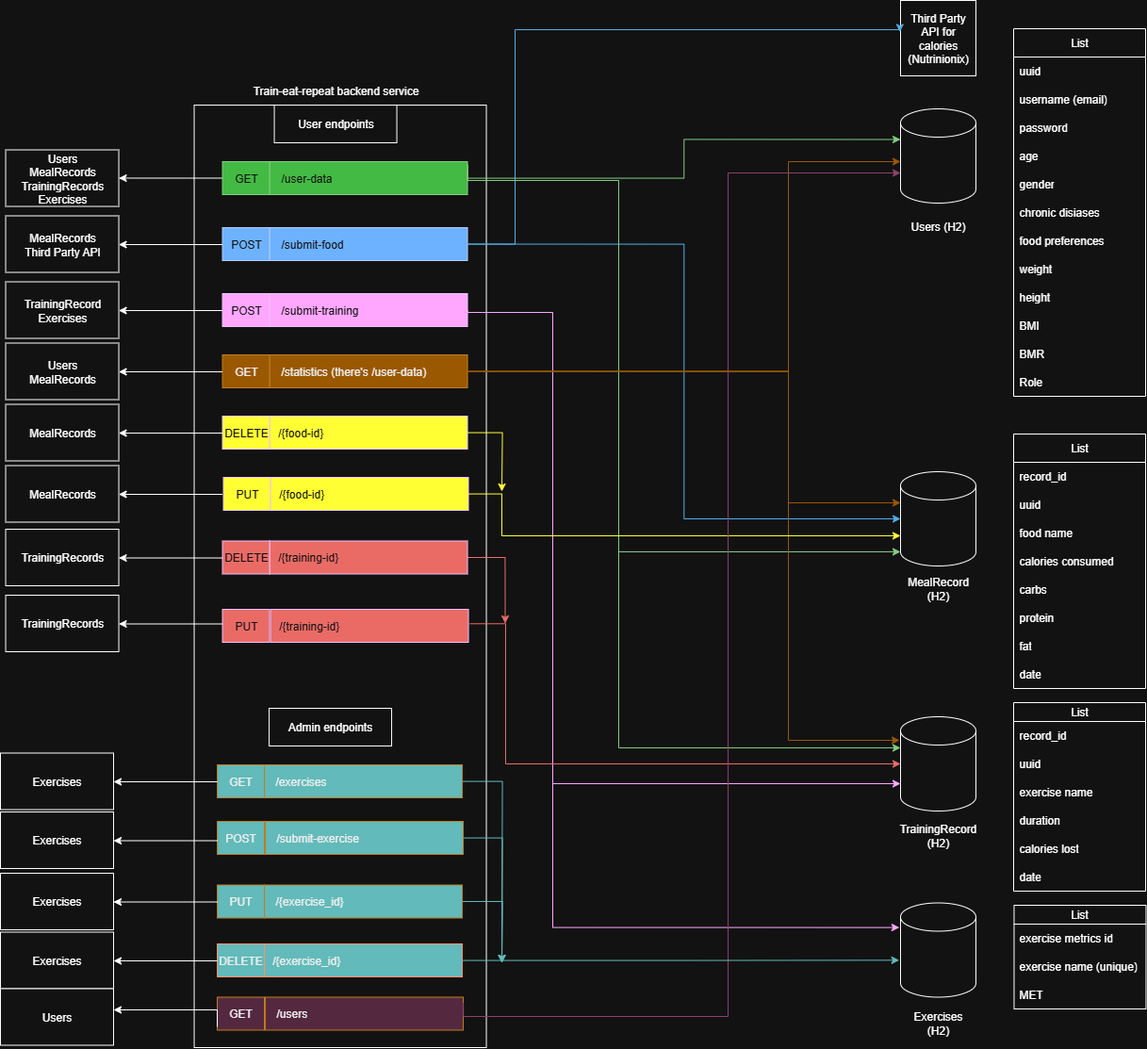
The draw.io diagram train-eat-repeat/src/main/resources/images/WorkoutDietTRacker.drawio.png in JavaBootcampJuly2025/TrainEatRepeat, before a commit. Source tidied: cells renumbered, new cells last; positions are measured from the earlier drawing's top-left corner, leaving out a move shared by most shapes.
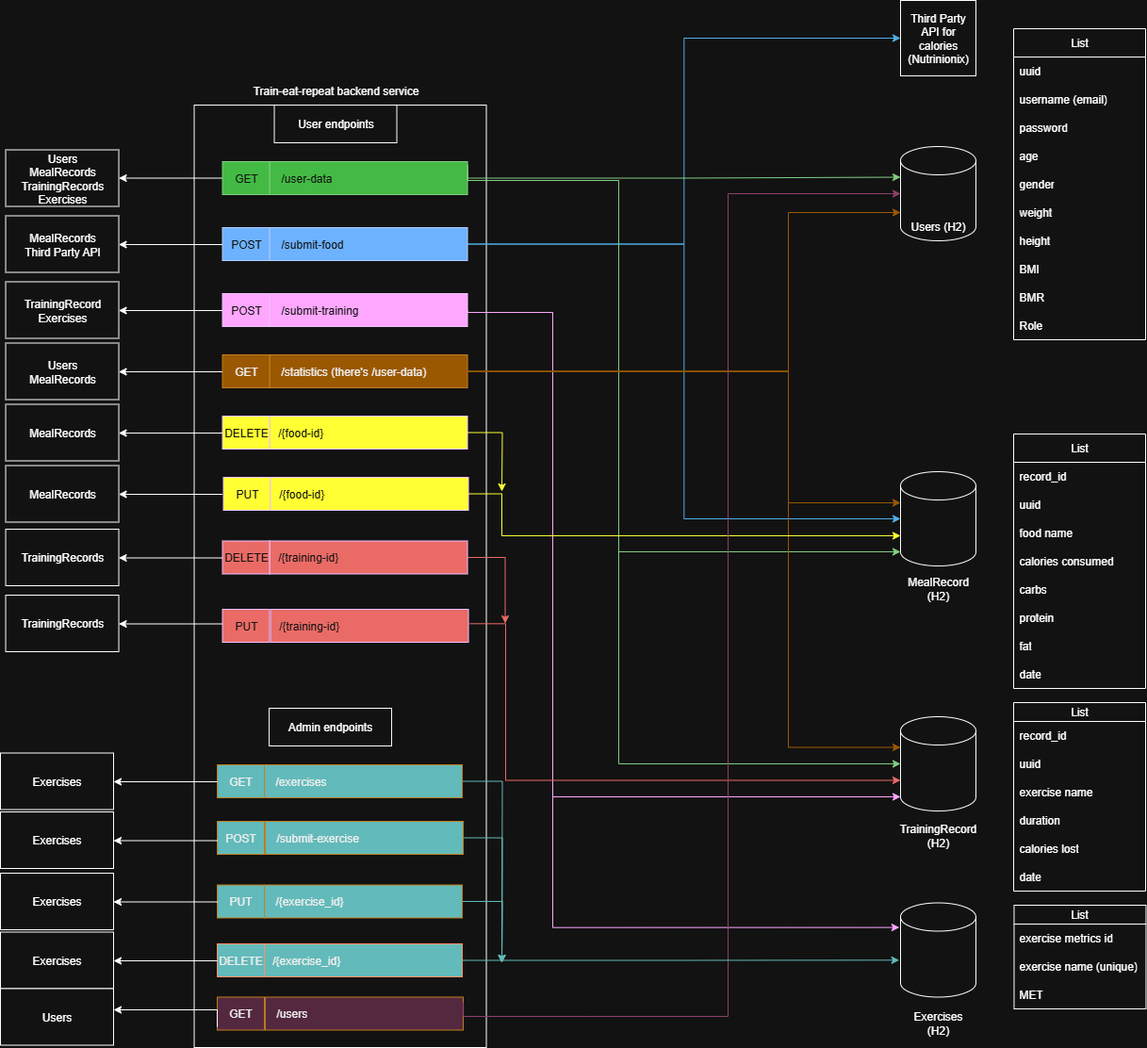
Above is the later version.

Commit message:
TER-50 Created an improved README.md file

What changed in the source:
```diff
@@ -6,7 +6,7 @@
       <mxGeometry x="955" width="80" height="80" as="geometry" />
     </mxCell>
     <mxCell id="3" style="shape=cylinder3;whiteSpace=wrap;html=1;boundedLbl=1;backgroundOutline=1;size=15;strokeColor=default;align=center;verticalAlign=middle;fontFamily=Helvetica;fontSize=12;fontColor=default;fillColor=default;" parent="1" vertex="1">
-      <mxGeometry x="955" y="115" width="80" height="100" as="geometry" />
+      <mxGeometry x="955" y="155" width="80" height="100" as="geometry" />
     </mxCell>
     <mxCell id="4" value="Users (H2)" style="text;html=1;align=center;verticalAlign=middle;whiteSpace=wrap;rounded=0;fontFamily=Helvetica;fontSize=12;fontColor=default;" parent="1" vertex="1">
       <mxGeometry x="955" y="225" width="80" height="30" as="geometry" />
@@ -48,7 +48,7 @@
       <mxGeometry x="955" y="1070" width="80" height="30" as="geometry" />
     </mxCell>
     <mxCell id="17" value="List" style="swimlane;fontStyle=0;horizontal=1;startSize=30;whiteSpace=wrap;html=1;strokeColor=default;align=center;verticalAlign=middle;fontFamily=Helvetica;fontSize=12;fontColor=default;fillColor=default;" parent="1" vertex="1">
-      <mxGeometry x="1075" y="30" width="140" height="390" as="geometry" />
+      <mxGeometry x="1075" y="30" width="140" height="330" as="geometry" />
     </mxCell>
     <mxCell id="18" value="uuid" style="text;strokeColor=none;fillColor=none;align=left;verticalAlign=middle;spacingLeft=4;spacingRight=4;overflow=hidden;whiteSpace=wrap;html=1;fontFamily=Helvetica;fontSize=12;fontColor=default;fontStyle=0;horizontal=1;" parent="17" vertex="1">
       <mxGeometry y="30" width="140" height="30" as="geometry" />
@@ -65,26 +65,20 @@
     <mxCell id="22" value="gender" style="text;strokeColor=none;fillColor=none;align=left;verticalAlign=middle;spacingLeft=4;spacingRight=4;overflow=hidden;whiteSpace=wrap;html=1;fontFamily=Helvetica;fontSize=12;fontColor=default;fontStyle=0;horizontal=1;" parent="17" vertex="1">
       <mxGeometry y="150" width="140" height="30" as="geometry" />
     </mxCell>
-    <mxCell id="23" value="chronic disiases" style="text;strokeColor=none;fillColor=none;align=left;verticalAlign=middle;spacingLeft=4;spacingRight=4;overflow=hidden;whiteSpace=wrap;html=1;fontFamily=Helvetica;fontSize=12;fontColor=default;fontStyle=0;horizontal=1;" parent="17" vertex="1">
-      <mxGeometry y="180" width="140" height="30" as="geometry" />
-    </mxCell>
-    <mxCell id="24" value="food preferences" style="text;strokeColor=none;fillColor=none;align=left;verticalAlign=middle;spacingLeft=4;spacingRight=4;overflow=hidden;whiteSpace=wrap;html=1;fontFamily=Helvetica;fontSize=12;fontColor=default;fontStyle=0;horizontal=1;" parent="17" vertex="1">
-      <mxGeometry y="210" width="140" height="30" as="geometry" />
-    </mxCell>
     <mxCell id="25" value="weight" style="text;strokeColor=none;fillColor=none;align=left;verticalAlign=middle;spacingLeft=4;spacingRight=4;overflow=hidden;whiteSpace=wrap;html=1;fontFamily=Helvetica;fontSize=12;fontColor=default;fontStyle=0;horizontal=1;" parent="17" vertex="1">
-      <mxGeometry y="240" width="140" height="30" as="geometry" />
+      <mxGeometry y="180" width="140" height="30" as="geometry" />
     </mxCell>
     <mxCell id="26" value="height" style="text;strokeColor=none;fillColor=none;align=left;verticalAlign=middle;spacingLeft=4;spacingRight=4;overflow=hidden;whiteSpace=wrap;html=1;fontFamily=Helvetica;fontSize=12;fontColor=default;fontStyle=0;horizontal=1;" parent="17" vertex="1">
-      <mxGeometry y="270" width="140" height="30" as="geometry" />
+      <mxGeometry y="210" width="140" height="30" as="geometry" />
     </mxCell>
     <mxCell id="27" value="BMI" style="text;strokeColor=none;fillColor=none;align=left;verticalAlign=middle;spacingLeft=4;spacingRight=4;overflow=hidden;whiteSpace=wrap;html=1;fontFamily=Helvetica;fontSize=12;fontColor=default;fontStyle=0;horizontal=1;" parent="17" vertex="1">
-      <mxGeometry y="300" width="140" height="30" as="geometry" />
+      <mxGeometry y="240" width="140" height="30" as="geometry" />
     </mxCell>
     <mxCell id="28" value="BMR" style="text;strokeColor=none;fillColor=none;align=left;verticalAlign=middle;spacingLeft=4;spacingRight=4;overflow=hidden;whiteSpace=wrap;html=1;fontFamily=Helvetica;fontSize=12;fontColor=default;fontStyle=0;horizontal=1;" parent="17" vertex="1">
-      <mxGeometry y="330" width="140" height="30" as="geometry" />
+      <mxGeometry y="270" width="140" height="30" as="geometry" />
     </mxCell>
     <mxCell id="29" value="Role" style="text;strokeColor=none;fillColor=none;align=left;verticalAlign=middle;spacingLeft=4;spacingRight=4;overflow=hidden;whiteSpace=wrap;html=1;fontFamily=Helvetica;fontSize=12;fontColor=default;fontStyle=0;horizontal=1;" parent="17" vertex="1">
-      <mxGeometry y="360" width="140" height="30" as="geometry" />
+      <mxGeometry y="300" width="140" height="30" as="geometry" />
     </mxCell>
     <mxCell id="30" value="List" style="swimlane;fontStyle=0;horizontal=1;startSize=30;whiteSpace=wrap;html=1;strokeColor=default;align=center;verticalAlign=middle;fontFamily=Helvetica;fontSize=12;fontColor=default;fillColor=default;" parent="1" vertex="1">
       <mxGeometry x="1075" y="460" width="140" height="270" as="geometry" />
@@ -146,6 +140,9 @@
     <mxCell id="49" value="MET" style="text;strokeColor=none;fillColor=none;align=left;verticalAlign=middle;spacingLeft=4;spacingRight=4;overflow=hidden;whiteSpace=wrap;html=1;fontFamily=Helvetica;fontSize=12;fontColor=default;fontStyle=0;horizontal=1;" parent="46" vertex="1">
       <mxGeometry y="80" width="140" height="30" as="geometry" />
     </mxCell>
+    <mxCell id="98" style="edgeStyle=orthogonalEdgeStyle;rounded=0;jettySize=auto;html=1;entryX=0;entryY=0.5;entryDx=0;entryDy=0;strokeColor=light-dark(#000000,#51AFE7);" parent="1" edge="1" source="50" target="5">
+      <mxGeometry relative="1" as="geometry" />
+    </mxCell>
     <mxCell id="50" value="&amp;nbsp; &amp;nbsp;/submit-food" style="whiteSpace=wrap;html=1;strokeColor=#001DBC;align=left;verticalAlign=middle;fontFamily=Helvetica;fontSize=12;fontColor=#ffffff;fillColor=#0050ef;fontStyle=0;horizontal=1;" parent="1" vertex="1">
       <mxGeometry x="285.5" y="241" width="210" height="35" as="geometry" />
     </mxCell>
@@ -166,14 +163,12 @@
     <mxCell id="54" style="edgeStyle=orthogonalEdgeStyle;rounded=0;jettySize=auto;html=1;exitX=1;exitY=0.5;exitDx=0;exitDy=0;entryX=0;entryY=0.5;entryDx=0;entryDy=0;entryPerimeter=0;fillColor=#1ba1e2;strokeColor=#006EAF;" parent="1" edge="1" source="50" target="11">
       <mxGeometry relative="1" as="geometry" />
     </mxCell>
-    <mxCell id="55" style="edgeStyle=orthogonalEdgeStyle;rounded=0;jettySize=auto;html=1;exitX=1;exitY=0.5;exitDx=0;exitDy=0;fillColor=#6a00ff;strokeColor=light-dark(#3700CC,#FFA7FF);" parent="1" edge="1" source="53">
+    <mxCell id="55" style="edgeStyle=orthogonalEdgeStyle;rounded=0;jettySize=auto;html=1;exitX=1;exitY=0.5;exitDx=0;exitDy=0;fillColor=#6a00ff;strokeColor=light-dark(#3700CC,#FFA7FF);entryX=0;entryY=1;entryDx=0;entryDy=-15;entryPerimeter=0;" parent="1" edge="1" source="53" target="13">
       <mxGeometry relative="1" as="geometry">
-        <mxPoint x="955" y="831" as="targetPoint" />
         <Array as="points">
-          <mxPoint x="496" y="331" />
+          <mxPoint x="495" y="331" />
           <mxPoint x="586" y="331" />
-          <mxPoint x="586" y="831" />
-          <mxPoint x="955" y="831" />
+          <mxPoint x="586" y="845" />
         </Array>
       </mxGeometry>
     </mxCell>
@@ -186,14 +181,13 @@
         </Array>
       </mxGeometry>
     </mxCell>
-    <mxCell id="57" style="edgeStyle=orthogonalEdgeStyle;rounded=0;jettySize=auto;html=1;fillColor=#008a00;strokeColor=#005700;entryX=0;entryY=0;entryDx=0;entryDy=32.5;entryPerimeter=0;" parent="1" edge="1" target="13">
+    <mxCell id="57" style="edgeStyle=orthogonalEdgeStyle;rounded=0;jettySize=auto;html=1;fillColor=#008a00;strokeColor=#005700;entryX=0;entryY=0.5;entryDx=0;entryDy=0;entryPerimeter=0;" parent="1" edge="1" target="13">
       <mxGeometry relative="1" as="geometry">
         <mxPoint x="495.5" y="181" as="sourcePoint" />
         <Array as="points">
-          <mxPoint x="496" y="191" />
+          <mxPoint x="495" y="191" />
           <mxPoint x="656" y="191" />
-          <mxPoint x="656" y="793" />
-          <mxPoint x="955" y="793" />
+          <mxPoint x="656" y="810" />
         </Array>
       </mxGeometry>
     </mxCell>
@@ -203,12 +197,11 @@
     <mxCell id="59" value="&amp;nbsp; &amp;nbsp;/statistics (there's /user-data)" style="whiteSpace=wrap;html=1;strokeColor=#BD7000;align=left;verticalAlign=middle;fontFamily=Helvetica;fontSize=12;fontColor=#000000;fillColor=#f0a30a;fontStyle=0;horizontal=1;" parent="1" vertex="1">
       <mxGeometry x="285.5" y="376" width="210" height="35" as="geometry" />
     </mxCell>
-    <mxCell id="60" style="edgeStyle=orthogonalEdgeStyle;rounded=0;jettySize=auto;html=1;entryX=-0.012;entryY=0.245;entryDx=0;entryDy=0;entryPerimeter=0;strokeColor=light-dark(#D79B00,#9A5800);fillColor=#ffe6cc;" parent="1" edge="1" source="59" target="13">
+    <mxCell id="60" style="edgeStyle=orthogonalEdgeStyle;rounded=0;jettySize=auto;html=1;entryX=0;entryY=0;entryDx=0;entryDy=32.5;entryPerimeter=0;strokeColor=light-dark(#D79B00,#9A5800);fillColor=#ffe6cc;" parent="1" edge="1" source="59" target="13">
       <mxGeometry relative="1" as="geometry">
         <Array as="points">
           <mxPoint x="836" y="393" />
-          <mxPoint x="836" y="785" />
-          <mxPoint x="954" y="785" />
+          <mxPoint x="836" y="793" />
         </Array>
       </mxGeometry>
     </mxCell>
@@ -221,14 +214,12 @@
         </Array>
       </mxGeometry>
     </mxCell>
-    <mxCell id="62" style="edgeStyle=orthogonalEdgeStyle;rounded=0;orthogonalLoop=1;jettySize=auto;html=1;exitX=1;exitY=0.5;exitDx=0;exitDy=0;strokeColor=light-dark(#000000,#9A5800);fillColor=#FF9933;" parent="1" edge="1">
+    <mxCell id="62" style="edgeStyle=orthogonalEdgeStyle;rounded=0;jettySize=auto;html=1;exitX=1;exitY=0.5;exitDx=0;exitDy=0;strokeColor=light-dark(#000000,#9A5800);fillColor=#FF9933;entryX=0;entryY=0;entryDx=0;entryDy=0;" parent="1" edge="1" target="4">
       <mxGeometry relative="1" as="geometry">
         <mxPoint x="485.5" y="393.5" as="sourcePoint" />
-        <mxPoint x="955" y="171" as="targetPoint" />
         <Array as="points">
           <mxPoint x="836" y="393" />
-          <mxPoint x="836" y="171" />
-          <mxPoint x="955" y="171" />
+          <mxPoint x="836" y="225" />
         </Array>
       </mxGeometry>
     </mxCell>
@@ -332,13 +323,11 @@
     <mxCell id="89" style="shape=waypoint;sketch=0;size=6;fillColor=#009999;perimeter=centerPerimeter;align=left;strokeColor=none;fontColor=#000000;fontStyle=0;horizontal=1;" parent="1" vertex="1">
       <mxGeometry x="945" y="1037.5" width="20" height="20" as="geometry" />
     </mxCell>
-    <mxCell id="90" style="edgeStyle=orthogonalEdgeStyle;rounded=0;jettySize=auto;html=1;fillColor=light-dark(#FF3333,#FF3333);exitX=1.007;exitY=0.437;exitDx=0;exitDy=0;exitPerimeter=0;strokeColor=light-dark(#000000,#EA6B66);" parent="1" edge="1" source="91">
+    <mxCell id="90" style="edgeStyle=orthogonalEdgeStyle;rounded=0;jettySize=auto;html=1;fillColor=light-dark(#FF3333,#FF3333);exitX=1.007;exitY=0.437;exitDx=0;exitDy=0;exitPerimeter=0;strokeColor=light-dark(#000000,#EA6B66);entryX=0;entryY=0;entryDx=0;entryDy=67.5;entryPerimeter=0;" parent="1" edge="1" source="91" target="13">
       <mxGeometry relative="1" as="geometry">
-        <mxPoint x="955" y="810" as="targetPoint" />
         <Array as="points">
           <mxPoint x="536" y="661" />
-          <mxPoint x="536" y="810" />
-          <mxPoint x="955" y="810" />
+          <mxPoint x="536" y="828" />
         </Array>
       </mxGeometry>
     </mxCell>
@@ -378,15 +367,6 @@
         </Array>
       </mxGeometry>
     </mxCell>
-    <mxCell id="98" style="edgeStyle=orthogonalEdgeStyle;rounded=0;jettySize=auto;html=1;entryX=-0.009;entryY=0.406;entryDx=0;entryDy=0;entryPerimeter=0;fillColor=#0000FF;strokeColor=light-dark(#000000,#51AFE7);" parent="1" edge="1" source="50" target="5">
-      <mxGeometry relative="1" as="geometry">
-        <Array as="points">
-          <mxPoint x="546" y="259" />
-          <mxPoint x="546" y="31" />
-          <mxPoint x="954" y="31" />
-        </Array>
-      </mxGeometry>
-    </mxCell>
     <mxCell id="99" value="&lt;div&gt;Users&lt;/div&gt;&lt;div&gt;MealRecords&lt;/div&gt;" style="rounded=0;whiteSpace=wrap;html=1;" parent="1" vertex="1">
       <mxGeometry x="5.5" y="363.5" width="120" height="60" as="geometry" />
     </mxCell>
@@ -409,14 +389,13 @@
         </Array>
       </mxGeometry>
     </mxCell>
-    <mxCell id="103" style="edgeStyle=orthogonalEdgeStyle;rounded=0;jettySize=auto;html=1;entryX=0;entryY=0;entryDx=0;entryDy=67.5;entryPerimeter=0;fillColor=#FFCCE6;exitX=1;exitY=0.5;exitDx=0;exitDy=0;strokeColor=light-dark(#000000,#8E416C);" parent="1" edge="1" target="3">
+    <mxCell id="103" style="edgeStyle=orthogonalEdgeStyle;rounded=0;jettySize=auto;html=1;entryX=0;entryY=0.5;entryDx=0;entryDy=0;entryPerimeter=0;fillColor=#FFCCE6;exitX=1;exitY=0.5;exitDx=0;exitDy=0;strokeColor=light-dark(#000000,#8E416C);" parent="1" edge="1" target="3">
       <mxGeometry relative="1" as="geometry">
         <mxPoint x="491.1" y="1063.5" as="sourcePoint" />
         <Array as="points">
           <mxPoint x="491" y="1078" />
           <mxPoint x="772" y="1078" />
-          <mxPoint x="772" y="183" />
-          <mxPoint x="955" y="183" />
+          <mxPoint x="772" y="205" />
         </Array>
       </mxGeometry>
     </mxCell>
```
